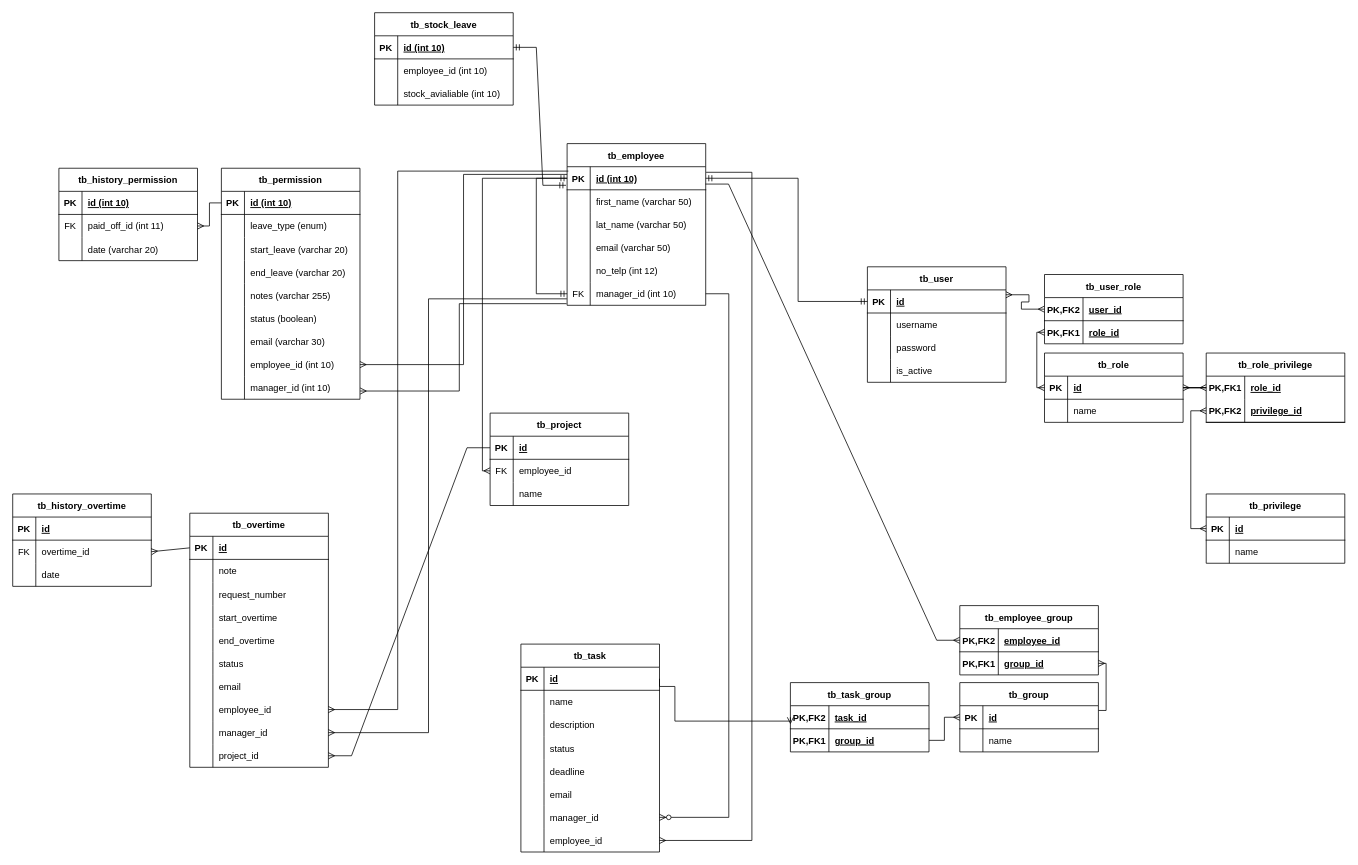
Before: Final.drawio in zarmintaa/Skripsi, a draw.io diagram. Source tidied: cells renumbered, new cells numbered last; positions are measured from the earlier drawing's top-left corner, leaving out a move shared by most shapes. Both pictures are drawn from the tidied source at 77%, with x=0, y=0 at pixel (12, 12).
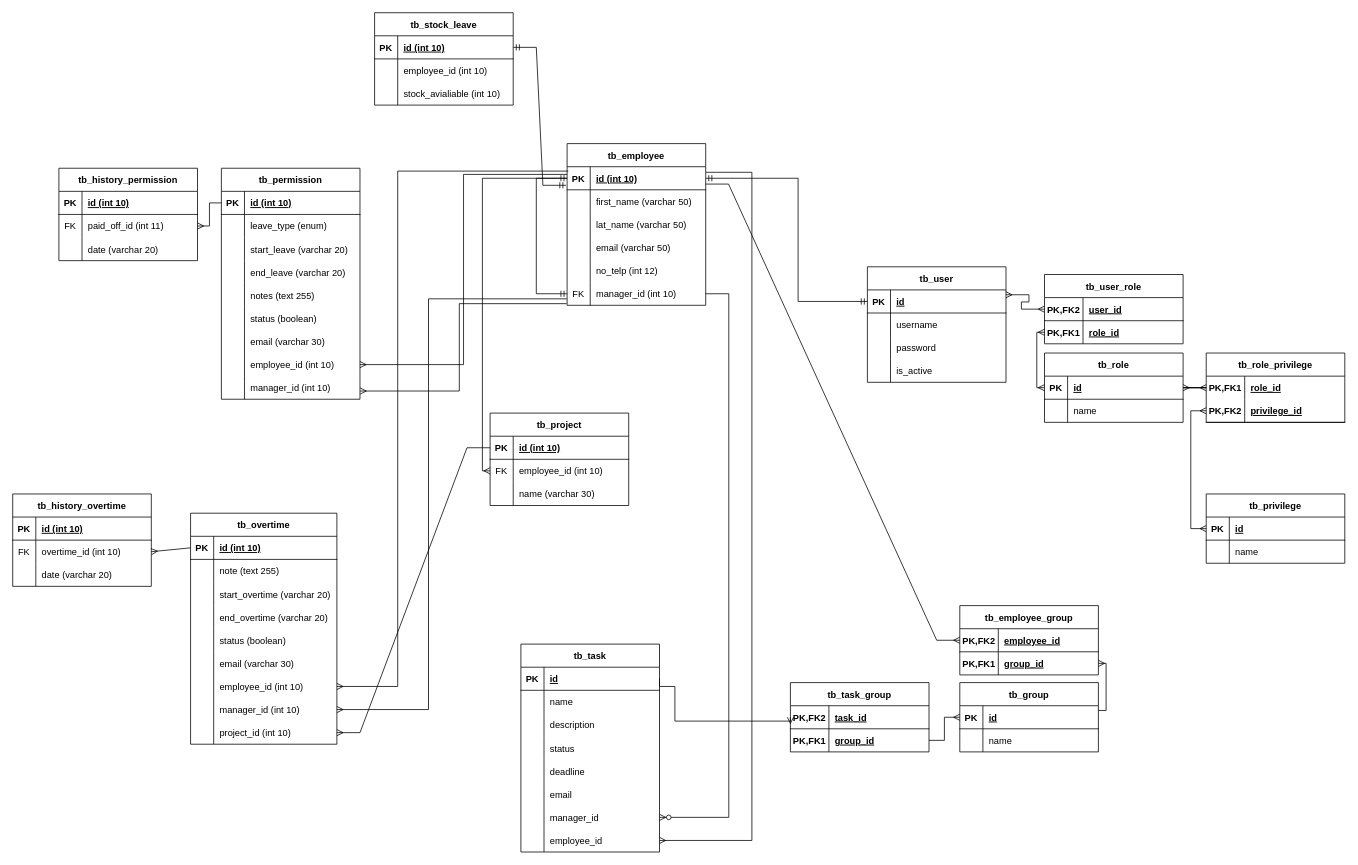
The same diagram, later.

The change refers to these unchanged cells:
```xml
<mxCell id="69" style="shape=tableRow;horizontal=0;startSize=0;swimlaneHead=0;swimlaneBody=0;fillColor=none;top=0;left=0;right=0;bottom=0;" parent="56" vertex="1">
  <mxGeometry y="150" width="180" height="30" as="geometry" />
</mxCell>
<mxCell id="96" style="shape=tableRow;horizontal=0;startSize=0;swimlaneHead=0;swimlaneBody=0;fillColor=none;top=0;left=0;right=0;bottom=1;" parent="95" vertex="1">
  <mxGeometry y="30" width="180" height="30" as="geometry" />
</mxCell>
<mxCell id="99" style="shape=tableRow;horizontal=0;startSize=0;swimlaneHead=0;swimlaneBody=0;fillColor=none;points=[[0,0.5],[1,0.5]];portConstraint=eastwest;top=0;left=0;right=0;bottom=0;" parent="95" vertex="1">
  <mxGeometry y="60" width="180" height="30" as="geometry" />
</mxCell>
<mxCell id="102" style="shape=tableRow;horizontal=0;startSize=0;swimlaneHead=0;swimlaneBody=0;fillColor=none;top=0;left=0;right=0;bottom=0;" parent="95" vertex="1">
  <mxGeometry y="90" width="180" height="30" as="geometry" />
</mxCell>
<mxCell id="217" style="shape=tableRow;horizontal=0;startSize=0;swimlaneHead=0;swimlaneBody=0;fillColor=none;points=[[0,0.5],[1,0.5]];portConstraint=eastwest;top=0;left=0;right=0;bottom=1;" parent="216" vertex="1">
  <mxGeometry y="30" width="180" height="30" as="geometry" />
</mxCell>
<mxCell id="220" style="shape=tableRow;horizontal=0;startSize=0;swimlaneHead=0;swimlaneBody=0;fillColor=none;points=[[0,0.5],[1,0.5]];portConstraint=eastwest;top=0;left=0;right=0;bottom=0;" parent="216" vertex="1">
  <mxGeometry y="60" width="180" height="30" as="geometry" />
</mxCell>
<mxCell id="223" style="shape=tableRow;horizontal=0;startSize=0;swimlaneHead=0;swimlaneBody=0;fillColor=none;top=0;left=0;right=0;bottom=0;" parent="216" vertex="1">
  <mxGeometry y="90" width="180" height="30" as="geometry" />
</mxCell>
```

Change to the diagram source:
```diff
@@
-    <mxCell id="71" value="notes (varchar 255)" style="shape=partialRectangle;fillColor=none;top=0;left=0;bottom=0;right=0;align=left;spacingLeft=6;overflow=hidden;" parent="69" vertex="1">
+    <mxCell id="71" value="notes (text 255)" style="shape=partialRectangle;fillColor=none;top=0;left=0;bottom=0;right=0;align=left;spacingLeft=6;overflow=hidden;" parent="69" vertex="1">
       <mxGeometry x="30" width="150" height="30" as="geometry" />
     </mxCell>
@@
-    <mxCell id="98" value="id" style="shape=partialRectangle;fillColor=none;top=0;left=0;bottom=0;right=0;align=left;spacingLeft=6;fontStyle=5;overflow=hidden;" parent="96" vertex="1">
+    <mxCell id="98" value="id (int 10)" style="shape=partialRectangle;fillColor=none;top=0;left=0;bottom=0;right=0;align=left;spacingLeft=6;fontStyle=5;overflow=hidden;" parent="96" vertex="1">
       <mxGeometry x="30" width="150" height="30" as="geometry" />
     </mxCell>
@@
-    <mxCell id="101" value="overtime_id" style="shape=partialRectangle;fillColor=none;top=0;left=0;bottom=0;right=0;align=left;spacingLeft=6;overflow=hidden;" parent="99" vertex="1">
+    <mxCell id="101" value="overtime_id (int 10)" style="shape=partialRectangle;fillColor=none;top=0;left=0;bottom=0;right=0;align=left;spacingLeft=6;overflow=hidden;" parent="99" vertex="1">
       <mxGeometry x="30" width="150" height="30" as="geometry" />
     </mxCell>
@@
-    <mxCell id="104" value="date" style="shape=partialRectangle;fillColor=none;top=0;left=0;bottom=0;right=0;align=left;spacingLeft=6;overflow=hidden;" parent="102" vertex="1">
+    <mxCell id="104" value="date (varchar 20)" style="shape=partialRectangle;fillColor=none;top=0;left=0;bottom=0;right=0;align=left;spacingLeft=6;overflow=hidden;" parent="102" vertex="1">
       <mxGeometry x="30" width="150" height="30" as="geometry" />
     </mxCell>
@@
     <mxCell id="170" value="tb_overtime" style="shape=table;startSize=30;childLayout=tableLayout;rowLines=0;fontStyle=1;align=center;" parent="1" vertex="1">
-      <mxGeometry x="230" y="650" width="180" height="330" as="geometry" />
+      <mxGeometry x="231" y="650" width="190" height="300" as="geometry" />
     </mxCell>
     <mxCell id="171" style="shape=tableRow;horizontal=0;startSize=0;swimlaneHead=0;swimlaneBody=0;fillColor=none;points=[[0,0.5],[1,0.5]];portConstraint=eastwest;top=0;left=0;right=0;bottom=1;" parent="170" vertex="1">
-      <mxGeometry y="30" width="180" height="30" as="geometry" />
+      <mxGeometry y="30" width="190" height="30" as="geometry" />
     </mxCell>
@@
-    <mxCell id="173" value="id" style="shape=partialRectangle;fillColor=none;top=0;left=0;bottom=0;right=0;align=left;spacingLeft=6;fontStyle=5;overflow=hidden;" parent="171" vertex="1">
-      <mxGeometry x="30" width="150" height="30" as="geometry" />
+    <mxCell id="173" value="id (int 10)" style="shape=partialRectangle;fillColor=none;top=0;left=0;bottom=0;right=0;align=left;spacingLeft=6;fontStyle=5;overflow=hidden;" parent="171" vertex="1">
+      <mxGeometry x="30" width="160" height="30" as="geometry" />
     </mxCell>
     <mxCell id="174" style="shape=tableRow;horizontal=0;startSize=0;swimlaneHead=0;swimlaneBody=0;fillColor=none;top=0;left=0;right=0;bottom=0;" parent="170" vertex="1">
-      <mxGeometry y="60" width="180" height="30" as="geometry" />
+      <mxGeometry y="60" width="190" height="30" as="geometry" />
     </mxCell>
@@
-    <mxCell id="176" value="note" style="shape=partialRectangle;fillColor=none;top=0;left=0;bottom=0;right=0;align=left;spacingLeft=6;overflow=hidden;" parent="174" vertex="1">
-      <mxGeometry x="30" width="150" height="30" as="geometry" />
+    <mxCell id="176" value="note (text 255)" style="shape=partialRectangle;fillColor=none;top=0;left=0;bottom=0;right=0;align=left;spacingLeft=6;overflow=hidden;" parent="174" vertex="1">
+      <mxGeometry x="30" width="160" height="30" as="geometry" />
     </mxCell>
-    <mxCell id="177" style="shape=tableRow;horizontal=0;startSize=0;swimlaneHead=0;swimlaneBody=0;fillColor=none;top=0;left=0;right=0;bottom=0;" parent="170" vertex="1">
-      <mxGeometry y="90" width="180" height="30" as="geometry" />
-    </mxCell>
-    <mxCell id="178" style="shape=partialRectangle;fillColor=none;top=0;left=0;bottom=0;right=0;overflow=hidden;" parent="177" vertex="1">
-      <mxGeometry width="30" height="30" as="geometry" />
-    </mxCell>
-    <mxCell id="179" value="request_number" style="shape=partialRectangle;fillColor=none;top=0;left=0;bottom=0;right=0;align=left;spacingLeft=6;overflow=hidden;" parent="177" vertex="1">
-      <mxGeometry x="30" width="150" height="30" as="geometry" />
-    </mxCell>
     <mxCell id="180" style="shape=tableRow;horizontal=0;startSize=0;swimlaneHead=0;swimlaneBody=0;fillColor=none;top=0;left=0;right=0;bottom=0;" parent="170" vertex="1">
-      <mxGeometry y="120" width="180" height="30" as="geometry" />
+      <mxGeometry y="90" width="190" height="30" as="geometry" />
     </mxCell>
@@
-    <mxCell id="182" value="start_overtime" style="shape=partialRectangle;fillColor=none;top=0;left=0;bottom=0;right=0;align=left;spacingLeft=6;overflow=hidden;" parent="180" vertex="1">
-      <mxGeometry x="30" width="150" height="30" as="geometry" />
+    <mxCell id="182" value="start_overtime (varchar 20)" style="shape=partialRectangle;fillColor=none;top=0;left=0;bottom=0;right=0;align=left;spacingLeft=6;overflow=hidden;" parent="180" vertex="1">
+      <mxGeometry x="30" width="160" height="30" as="geometry" />
     </mxCell>
     <mxCell id="183" style="shape=tableRow;horizontal=0;startSize=0;swimlaneHead=0;swimlaneBody=0;fillColor=none;top=0;left=0;right=0;bottom=0;" parent="170" vertex="1">
-      <mxGeometry y="150" width="180" height="30" as="geometry" />
+      <mxGeometry y="120" width="190" height="30" as="geometry" />
     </mxCell>
@@
-    <mxCell id="185" value="end_overtime" style="shape=partialRectangle;fillColor=none;top=0;left=0;bottom=0;right=0;align=left;spacingLeft=6;overflow=hidden;" parent="183" vertex="1">
-      <mxGeometry x="30" width="150" height="30" as="geometry" />
+    <mxCell id="185" value="end_overtime (varchar 20)" style="shape=partialRectangle;fillColor=none;top=0;left=0;bottom=0;right=0;align=left;spacingLeft=6;overflow=hidden;" parent="183" vertex="1">
+      <mxGeometry x="30" width="160" height="30" as="geometry" />
     </mxCell>
     <mxCell id="186" style="shape=tableRow;horizontal=0;startSize=0;swimlaneHead=0;swimlaneBody=0;fillColor=none;top=0;left=0;right=0;bottom=0;" parent="170" vertex="1">
-      <mxGeometry y="180" width="180" height="30" as="geometry" />
+      <mxGeometry y="150" width="190" height="30" as="geometry" />
     </mxCell>
@@
-    <mxCell id="188" value="status" style="shape=partialRectangle;fillColor=none;top=0;left=0;bottom=0;right=0;align=left;spacingLeft=6;overflow=hidden;" parent="186" vertex="1">
-      <mxGeometry x="30" width="150" height="30" as="geometry" />
+    <mxCell id="188" value="status (boolean)" style="shape=partialRectangle;fillColor=none;top=0;left=0;bottom=0;right=0;align=left;spacingLeft=6;overflow=hidden;" parent="186" vertex="1">
+      <mxGeometry x="30" width="160" height="30" as="geometry" />
     </mxCell>
     <mxCell id="189" style="shape=tableRow;horizontal=0;startSize=0;swimlaneHead=0;swimlaneBody=0;fillColor=none;top=0;left=0;right=0;bottom=0;" parent="170" vertex="1">
-      <mxGeometry y="210" width="180" height="30" as="geometry" />
+      <mxGeometry y="180" width="190" height="30" as="geometry" />
     </mxCell>
@@
-    <mxCell id="191" value="email" style="shape=partialRectangle;fillColor=none;top=0;left=0;bottom=0;right=0;align=left;spacingLeft=6;overflow=hidden;" parent="189" vertex="1">
-      <mxGeometry x="30" width="150" height="30" as="geometry" />
+    <mxCell id="191" value="email (varchar 30)" style="shape=partialRectangle;fillColor=none;top=0;left=0;bottom=0;right=0;align=left;spacingLeft=6;overflow=hidden;" parent="189" vertex="1">
+      <mxGeometry x="30" width="160" height="30" as="geometry" />
     </mxCell>
     <mxCell id="192" style="shape=tableRow;horizontal=0;startSize=0;swimlaneHead=0;swimlaneBody=0;fillColor=none;points=[[0,0.5],[1,0.5]];portConstraint=eastwest;top=0;left=0;right=0;bottom=0;" parent="170" vertex="1">
-      <mxGeometry y="240" width="180" height="30" as="geometry" />
+      <mxGeometry y="210" width="190" height="30" as="geometry" />
     </mxCell>
@@
-    <mxCell id="194" value="employee_id" style="shape=partialRectangle;fillColor=none;top=0;left=0;bottom=0;right=0;align=left;spacingLeft=6;overflow=hidden;" parent="192" vertex="1">
-      <mxGeometry x="30" width="150" height="30" as="geometry" />
+    <mxCell id="194" value="employee_id (int 10)" style="shape=partialRectangle;fillColor=none;top=0;left=0;bottom=0;right=0;align=left;spacingLeft=6;overflow=hidden;" parent="192" vertex="1">
+      <mxGeometry x="30" width="160" height="30" as="geometry" />
     </mxCell>
     <mxCell id="195" style="shape=tableRow;horizontal=0;startSize=0;swimlaneHead=0;swimlaneBody=0;fillColor=none;points=[[0,0.5],[1,0.5]];portConstraint=eastwest;top=0;left=0;right=0;bottom=0;" parent="170" vertex="1">
-      <mxGeometry y="270" width="180" height="30" as="geometry" />
+      <mxGeometry y="240" width="190" height="30" as="geometry" />
     </mxCell>
@@
-    <mxCell id="197" value="manager_id" style="shape=partialRectangle;fillColor=none;top=0;left=0;bottom=0;right=0;align=left;spacingLeft=6;overflow=hidden;" parent="195" vertex="1">
-      <mxGeometry x="30" width="150" height="30" as="geometry" />
+    <mxCell id="197" value="manager_id (int 10)" style="shape=partialRectangle;fillColor=none;top=0;left=0;bottom=0;right=0;align=left;spacingLeft=6;overflow=hidden;" parent="195" vertex="1">
+      <mxGeometry x="30" width="160" height="30" as="geometry" />
     </mxCell>
     <mxCell id="198" style="shape=tableRow;horizontal=0;startSize=0;swimlaneHead=0;swimlaneBody=0;fillColor=none;points=[[0,0.5],[1,0.5]];portConstraint=eastwest;top=0;left=0;right=0;bottom=0;" parent="170" vertex="1">
-      <mxGeometry y="300" width="180" height="30" as="geometry" />
+      <mxGeometry y="270" width="190" height="30" as="geometry" />
     </mxCell>
@@
-    <mxCell id="200" value="project_id" style="shape=partialRectangle;fillColor=none;top=0;left=0;bottom=0;right=0;align=left;spacingLeft=6;overflow=hidden;" parent="198" vertex="1">
-      <mxGeometry x="30" width="150" height="30" as="geometry" />
+    <mxCell id="200" value="project_id (int 10)" style="shape=partialRectangle;fillColor=none;top=0;left=0;bottom=0;right=0;align=left;spacingLeft=6;overflow=hidden;" parent="198" vertex="1">
+      <mxGeometry x="30" width="160" height="30" as="geometry" />
     </mxCell>
@@
-    <mxCell id="219" value="id" style="shape=partialRectangle;fillColor=none;top=0;left=0;bottom=0;right=0;align=left;spacingLeft=6;fontStyle=5;overflow=hidden;" parent="217" vertex="1">
+    <mxCell id="219" value="id (int 10)" style="shape=partialRectangle;fillColor=none;top=0;left=0;bottom=0;right=0;align=left;spacingLeft=6;fontStyle=5;overflow=hidden;" parent="217" vertex="1">
       <mxGeometry x="30" width="150" height="30" as="geometry" />
     </mxCell>
@@
-    <mxCell id="222" value="employee_id" style="shape=partialRectangle;fillColor=none;top=0;left=0;bottom=0;right=0;align=left;spacingLeft=6;overflow=hidden;" parent="220" vertex="1">
+    <mxCell id="222" value="employee_id (int 10)" style="shape=partialRectangle;fillColor=none;top=0;left=0;bottom=0;right=0;align=left;spacingLeft=6;overflow=hidden;" parent="220" vertex="1">
       <mxGeometry x="30" width="150" height="30" as="geometry" />
     </mxCell>
@@
-    <mxCell id="225" value="name" style="shape=partialRectangle;fillColor=none;top=0;left=0;bottom=0;right=0;align=left;spacingLeft=6;overflow=hidden;" parent="223" vertex="1">
+    <mxCell id="225" value="name (varchar 30)" style="shape=partialRectangle;fillColor=none;top=0;left=0;bottom=0;right=0;align=left;spacingLeft=6;overflow=hidden;" parent="223" vertex="1">
       <mxGeometry x="30" width="150" height="30" as="geometry" />
     </mxCell>
```
